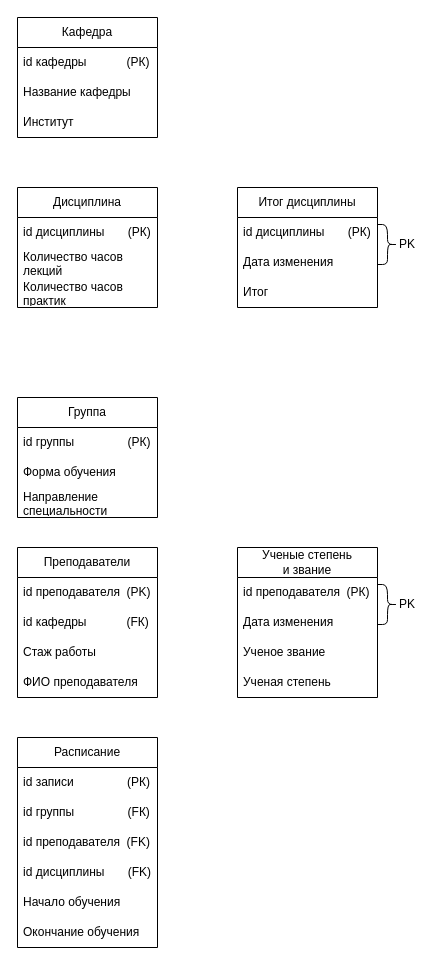
This is page "Нормальная форма" (2 of 3) of draw_io/БД.drawio from Dimj1k/Works, a draw.io file, before an edit. Source tidied: cells renumbered, new cells numbered last; positions are measured from the earlier drawing's top-left corner, leaving out a move shared by most shapes. Both pictures are drawn from the tidied source at 100%, with x=0, y=0 at pixel (17, 17).
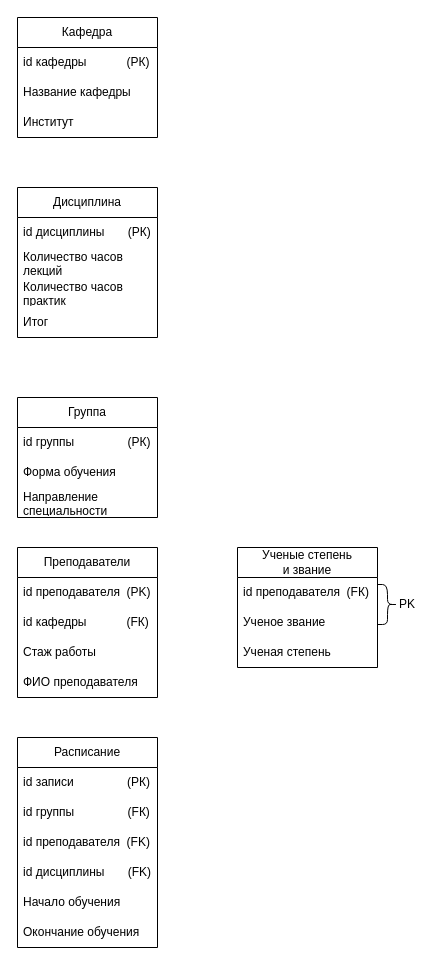
The same page after the edit.

Change to the diagram source:
```diff
@@
     <mxCell id="18" value="Дисциплина" style="swimlane;fontStyle=0;horizontal=1;startSize=30;whiteSpace=wrap;html=1;" parent="1" vertex="1">
-      <mxGeometry y="170" width="140" height="120" as="geometry" />
+      <mxGeometry y="170" width="140" height="150" as="geometry" />
     </mxCell>
@@
+    <mxCell id="35" value="Итог" style="text;strokeColor=none;fillColor=none;align=left;verticalAlign=middle;spacingLeft=4;spacingRight=4;overflow=hidden;whiteSpace=wrap;html=1;" parent="18" vertex="1">
+      <mxGeometry y="120" width="140" height="30" as="geometry" />
+    </mxCell>
@@
     <mxCell id="26" value="Ученые степень&lt;br&gt;и звание" style="swimlane;fontStyle=0;horizontal=1;startSize=30;whiteSpace=wrap;html=1;" parent="1" vertex="1">
-      <mxGeometry x="220" y="530" width="140" height="150" as="geometry" />
+      <mxGeometry x="220" y="530" width="140" height="120" as="geometry" />
     </mxCell>
-    <mxCell id="27" value="id преподавателя&amp;nbsp; (РК)" style="text;strokeColor=none;fillColor=none;align=left;verticalAlign=middle;spacingLeft=4;spacingRight=4;overflow=hidden;whiteSpace=wrap;html=1;" parent="26" vertex="1">
+    <mxCell id="27" value="id преподавателя&amp;nbsp; (FК)" style="text;strokeColor=none;fillColor=none;align=left;verticalAlign=middle;spacingLeft=4;spacingRight=4;overflow=hidden;whiteSpace=wrap;html=1;" parent="26" vertex="1">
       <mxGeometry y="30" width="140" height="30" as="geometry" />
     </mxCell>
-    <mxCell id="28" value="Дата изменения" style="text;strokeColor=none;fillColor=none;align=left;verticalAlign=middle;spacingLeft=4;spacingRight=4;overflow=hidden;whiteSpace=wrap;html=1;" parent="26" vertex="1">
-      <mxGeometry y="60" width="140" height="30" as="geometry" />
-    </mxCell>
     <mxCell id="29" value="Ученое звание" style="text;strokeColor=none;fillColor=none;align=left;verticalAlign=middle;spacingLeft=4;spacingRight=4;overflow=hidden;whiteSpace=wrap;html=1;" parent="26" vertex="1">
-      <mxGeometry y="90" width="140" height="30" as="geometry" />
+      <mxGeometry y="60" width="140" height="30" as="geometry" />
     </mxCell>
     <mxCell id="30" value="Ученая степень" style="text;strokeColor=none;fillColor=none;align=left;verticalAlign=middle;spacingLeft=4;spacingRight=4;overflow=hidden;whiteSpace=wrap;html=1;" parent="26" vertex="1">
-      <mxGeometry y="120" width="140" height="30" as="geometry" />
+      <mxGeometry y="90" width="140" height="30" as="geometry" />
     </mxCell>
@@
-    <mxCell id="32" value="Итог дисциплины" style="swimlane;fontStyle=0;horizontal=1;startSize=30;whiteSpace=wrap;html=1;" parent="1" vertex="1">
-      <mxGeometry x="220" y="170" width="140" height="120" as="geometry" />
-    </mxCell>
-    <mxCell id="33" value="id дисциплины&amp;nbsp; &amp;nbsp; &amp;nbsp; &amp;nbsp;(РК)" style="text;strokeColor=none;fillColor=none;align=left;verticalAlign=middle;spacingLeft=4;spacingRight=4;overflow=hidden;whiteSpace=wrap;html=1;" parent="32" vertex="1">
-      <mxGeometry y="30" width="140" height="30" as="geometry" />
-    </mxCell>
-    <mxCell id="34" value="Дата изменения" style="text;strokeColor=none;fillColor=none;align=left;verticalAlign=middle;spacingLeft=4;spacingRight=4;overflow=hidden;whiteSpace=wrap;html=1;" parent="32" vertex="1">
-      <mxGeometry y="60" width="140" height="30" as="geometry" />
-    </mxCell>
-    <mxCell id="35" value="Итог" style="text;strokeColor=none;fillColor=none;align=left;verticalAlign=middle;spacingLeft=4;spacingRight=4;overflow=hidden;whiteSpace=wrap;html=1;" parent="32" vertex="1">
-      <mxGeometry y="90" width="140" height="30" as="geometry" />
-    </mxCell>
-    <mxCell id="36" value="PK" style="shape=curlyBracket;whiteSpace=wrap;html=1;rounded=1;flipH=1;labelPosition=right;verticalLabelPosition=middle;align=left;verticalAlign=middle;" parent="1" vertex="1">
-      <mxGeometry x="360" y="207" width="20" height="40" as="geometry" />
-    </mxCell>
```
